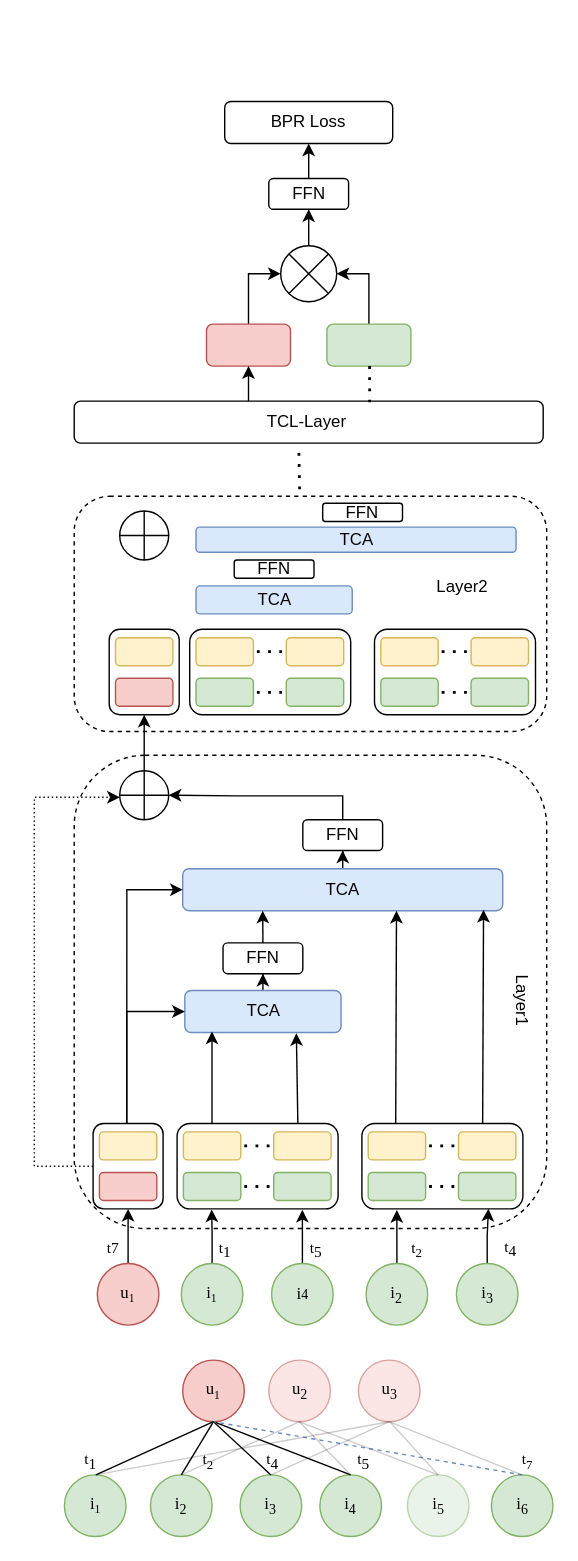
Before: MyGNN.drawio in ZYNsama666/BackUp, a draw.io diagram. Source tidied: cells renumbered, new cells numbered last; positions are measured from the earlier drawing's top-left corner, leaving out a move shared by most shapes. Both pictures are drawn from the tidied source at 140%, with x=0, y=0 at pixel (34, 101).
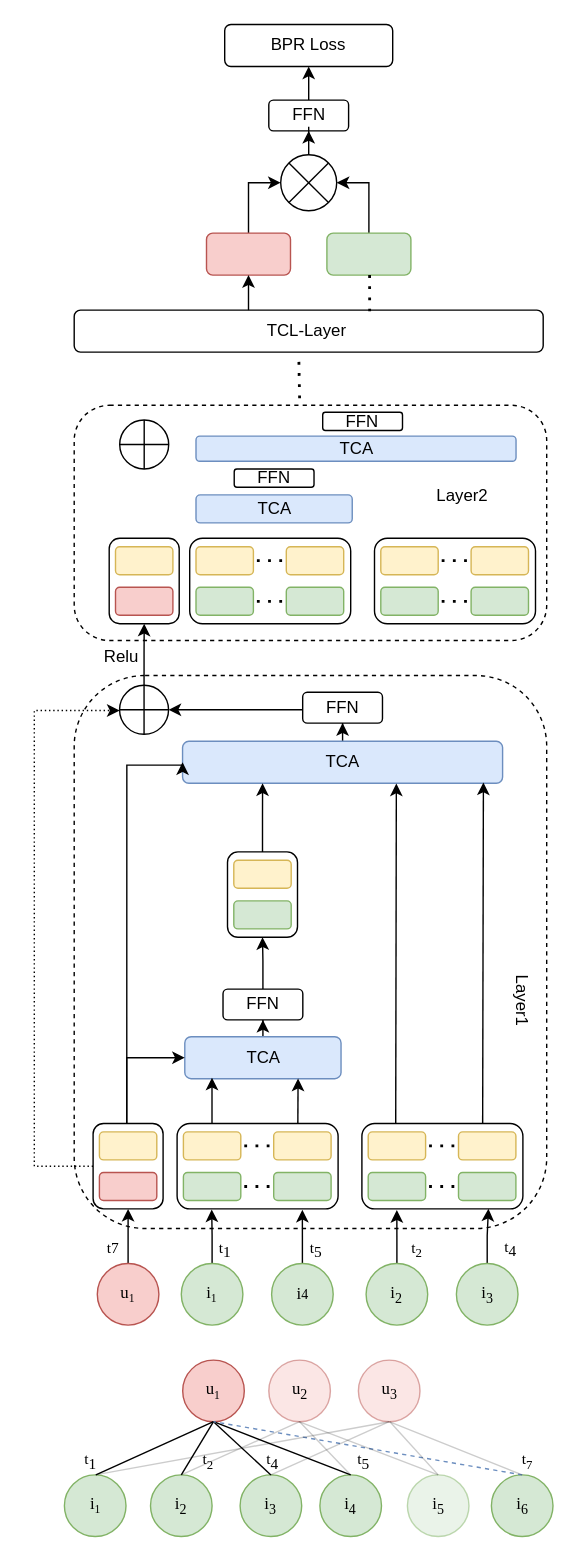
The same page after the edit.

The change refers to these unchanged cells:
```xml
<mxCell id="24" style="rounded=1;whiteSpace=wrap;html=1;" parent="1" vertex="1">
  <mxGeometry x="42" y="730" width="50" height="61" as="geometry" />
</mxCell>
<mxCell id="28" style="rounded=1;whiteSpace=wrap;html=1;" parent="1" vertex="1">
  <mxGeometry x="102" y="730" width="115" height="61" as="geometry" />
</mxCell>
```

The edit, as a diff of the source:
```diff
@@
     <mxCell id="2" value="BPR Loss" style="rounded=1;whiteSpace=wrap;html=1;" parent="1" vertex="1">
-      <mxGeometry x="136" width="120" height="30" as="geometry" />
+      <mxGeometry x="136" y="-55" width="120" height="30" as="geometry" />
     </mxCell>
@@
     <mxCell id="4" style="rounded=1;whiteSpace=wrap;html=1;fillColor=#f8cecc;strokeColor=#b85450;" parent="1" vertex="1">
-      <mxGeometry x="123" y="159" width="60" height="30" as="geometry" />
+      <mxGeometry x="123" y="94" width="60" height="30" as="geometry" />
     </mxCell>
@@
     <mxCell id="6" style="rounded=1;whiteSpace=wrap;html=1;fillColor=#d5e8d4;strokeColor=#82b366;" parent="1" vertex="1">
-      <mxGeometry x="209" y="159" width="60" height="30" as="geometry" />
+      <mxGeometry x="209" y="94" width="60" height="30" as="geometry" />
     </mxCell>
@@
     <mxCell id="8" value="FFN" style="rounded=1;whiteSpace=wrap;html=1;" parent="1" vertex="1">
-      <mxGeometry x="167.5" y="55" width="57" height="22" as="geometry" />
+      <mxGeometry x="167.5" y="-1" width="57" height="22" as="geometry" />
     </mxCell>
@@
     <mxCell id="10" style="ellipse;whiteSpace=wrap;html=1;" parent="1" vertex="1">
-      <mxGeometry x="176" y="103" width="40" height="40" as="geometry" />
+      <mxGeometry x="176" y="38" width="40" height="40" as="geometry" />
     </mxCell>
@@
     <mxCell id="13" value="TCL-Layer&amp;nbsp;" style="rounded=1;whiteSpace=wrap;html=1;" parent="1" vertex="1">
-      <mxGeometry x="28.5" y="214" width="335" height="30" as="geometry" />
+      <mxGeometry x="28.5" y="149" width="335" height="30" as="geometry" />
     </mxCell>
     <mxCell id="14" style="endArrow=classic;html=1;rounded=0;entryX=0.5;entryY=1;entryDx=0;entryDy=0;" parent="1" edge="1" target="4">
       <mxGeometry relative="1" as="geometry">
-        <mxPoint x="153" y="214" as="sourcePoint" />
+        <mxPoint x="153" y="149" as="sourcePoint" />
       </mxGeometry>
     </mxCell>
     <mxCell id="15" style="endArrow=none;dashed=1;html=1;dashPattern=1 3;strokeWidth=2;rounded=0;entryX=0.63;entryY=0.026;entryDx=0;entryDy=0;entryPerimeter=0;" parent="1" edge="1" target="13">
       <mxGeometry relative="1" as="geometry">
-        <mxPoint x="239.5" y="189" as="sourcePoint" />
+        <mxPoint x="239.5" y="124" as="sourcePoint" />
       </mxGeometry>
     </mxCell>
     <mxCell id="16" style="rounded=1;whiteSpace=wrap;html=1;dashed=1;" parent="1" vertex="1">
-      <mxGeometry x="28.5" y="282" width="337.5" height="168" as="geometry" />
+      <mxGeometry x="28.5" y="217" width="337.5" height="168" as="geometry" />
     </mxCell>
     <mxCell id="17" style="rounded=1;whiteSpace=wrap;html=1;dashed=1;" parent="1" vertex="1">
-      <mxGeometry x="28.5" y="467" width="337.5" height="338" as="geometry" />
+      <mxGeometry x="28.5" y="410" width="337.5" height="395" as="geometry" />
     </mxCell>
@@
     <mxCell id="19" value="TCA" style="rounded=1;whiteSpace=wrap;html=1;fillColor=#dae8fc;strokeColor=#6c8ebf;" parent="1" vertex="1">
-      <mxGeometry x="106" y="548" width="228.6" height="30" as="geometry" />
+      <mxGeometry x="105.9" y="457" width="228.6" height="30" as="geometry" />
     </mxCell>
@@
     <mxCell id="21" value="TCA" style="rounded=1;whiteSpace=wrap;html=1;fillColor=#dae8fc;strokeColor=#6c8ebf;" parent="1" vertex="1">
-      <mxGeometry x="107.5" y="635" width="111.6" height="30" as="geometry" />
+      <mxGeometry x="107.5" y="668" width="111.6" height="30" as="geometry" />
     </mxCell>
     <mxCell id="22" style="edgeStyle=orthogonalEdgeStyle;rounded=0;jettySize=auto;html=1;entryX=0;entryY=0.5;entryDx=0;entryDy=0;" parent="1" edge="1" source="24" target="21">
       <mxGeometry relative="1" as="geometry">
         <Array as="points">
-          <mxPoint x="66" y="650" />
+          <mxPoint x="66" y="683" />
         </Array>
       </mxGeometry>
     </mxCell>
     <mxCell id="23" style="edgeStyle=orthogonalEdgeStyle;rounded=0;jettySize=auto;html=1;dashed=1;dashPattern=1 2;" parent="1" edge="1" source="24" target="51">
       <mxGeometry relative="1" as="geometry">
         <Array as="points">
-          <mxPoint y="761" />
-          <mxPoint y="497" />
+          <mxPoint y="760" />
+          <mxPoint y="435" />
         </Array>
       </mxGeometry>
     </mxCell>
@@
     <mxCell id="26" style="edgeStyle=orthogonalEdgeStyle;rounded=0;jettySize=auto;html=1;entryX=0;entryY=0.5;entryDx=0;entryDy=0;exitX=0.481;exitY=0.006;exitDx=0;exitDy=0;exitPerimeter=0;" parent="1" edge="1" source="24" target="19">
       <mxGeometry relative="1" as="geometry">
         <Array as="points">
-          <mxPoint x="66" y="563" />
+          <mxPoint x="66" y="474" />
+          <mxPoint x="106" y="474" />
         </Array>
       </mxGeometry>
     </mxCell>
@@
+    <mxCell id="122" style="edgeStyle=orthogonalEdgeStyle;rounded=0;jettySize=auto;html=1;entryX=0.5;entryY=1;entryDx=0;entryDy=0;" parent="1" edge="1" source="44" target="124">
+      <mxGeometry relative="1" as="geometry" />
+    </mxCell>
     <mxCell id="44" value="FFN" style="rounded=1;whiteSpace=wrap;html=1;" parent="1" vertex="1">
-      <mxGeometry x="134.8" y="601" width="57" height="22" as="geometry" />
+      <mxGeometry x="134.8" y="634" width="57" height="22" as="geometry" />
     </mxCell>
-    <mxCell id="45" style="endArrow=classic;html=1;rounded=0;exitX=0.5;exitY=0;exitDx=0;exitDy=0;entryX=0.25;entryY=1;entryDx=0;entryDy=0;" parent="1" edge="1" source="44" target="19">
-      <mxGeometry relative="1" as="geometry" />
-    </mxCell>
@@
-    <mxCell id="47" style="endArrow=classic;html=1;rounded=0;exitX=0.75;exitY=0;exitDx=0;exitDy=0;entryX=0.714;entryY=1.017;entryDx=0;entryDy=0;entryPerimeter=0;" parent="1" edge="1" source="28" target="21">
+    <mxCell id="47" style="endArrow=classic;html=1;rounded=0;exitX=0.75;exitY=0;exitDx=0;exitDy=0;entryX=0.725;entryY=0.998;entryDx=0;entryDy=0;entryPerimeter=0;" parent="1" edge="1" source="28" target="21">
       <mxGeometry relative="1" as="geometry" />
     </mxCell>
     <mxCell id="48" style="edgeStyle=orthogonalEdgeStyle;rounded=0;jettySize=auto;html=1;entryX=1;entryY=0.5;entryDx=0;entryDy=0;" parent="1" edge="1" source="49" target="51">
       <mxGeometry relative="1" as="geometry">
         <Array as="points">
-          <mxPoint x="220" y="496" />
-          <mxPoint x="144" y="496" />
+          <mxPoint x="219.9" y="435" />
+          <mxPoint x="143.9" y="435" />
         </Array>
       </mxGeometry>
     </mxCell>
     <mxCell id="49" value="FFN" style="rounded=1;whiteSpace=wrap;html=1;" parent="1" vertex="1">
-      <mxGeometry x="191.8" y="513" width="57" height="22" as="geometry" />
+      <mxGeometry x="191.7" y="422" width="57" height="22" as="geometry" />
     </mxCell>
@@
     <mxCell id="51" style="ellipse;whiteSpace=wrap;html=1;" parent="1" vertex="1">
-      <mxGeometry x="61" y="478" width="35" height="35" as="geometry" />
+      <mxGeometry x="60.9" y="417" width="35" height="35" as="geometry" />
     </mxCell>
@@
     <mxCell id="54" style="rounded=1;whiteSpace=wrap;html=1;" parent="1" vertex="1">
-      <mxGeometry x="53.5" y="377" width="50" height="61" as="geometry" />
+      <mxGeometry x="53.5" y="312" width="50" height="61" as="geometry" />
     </mxCell>
     <mxCell id="55" style="rounded=1;whiteSpace=wrap;html=1;fillColor=#f8cecc;strokeColor=#b85450;" parent="1" vertex="1">
-      <mxGeometry x="58" y="412" width="41" height="20" as="geometry" />
+      <mxGeometry x="58" y="347" width="41" height="20" as="geometry" />
     </mxCell>
     <mxCell id="56" style="rounded=1;whiteSpace=wrap;html=1;fillColor=#fff2cc;strokeColor=#d6b656;" parent="1" vertex="1">
-      <mxGeometry x="58" y="383" width="41" height="20" as="geometry" />
+      <mxGeometry x="58" y="318" width="41" height="20" as="geometry" />
     </mxCell>
@@
     <mxCell id="58" value="Layer2" style="text;html=1;strokeColor=none;fillColor=none;align=center;verticalAlign=middle;whiteSpace=wrap;rounded=0;" parent="1" vertex="1">
-      <mxGeometry x="275.5" y="332" width="60" height="30" as="geometry" />
+      <mxGeometry x="275.5" y="267" width="60" height="30" as="geometry" />
     </mxCell>
     <mxCell id="59" style="endArrow=none;dashed=1;html=1;dashPattern=1 3;strokeWidth=2;rounded=0;entryX=0.63;entryY=0.026;entryDx=0;entryDy=0;entryPerimeter=0;" parent="1" edge="1">
       <mxGeometry relative="1" as="geometry">
-        <mxPoint x="189" y="251" as="sourcePoint" />
-        <mxPoint x="189.5" y="277" as="targetPoint" />
+        <mxPoint x="189" y="186" as="sourcePoint" />
+        <mxPoint x="189.5" y="212" as="targetPoint" />
       </mxGeometry>
     </mxCell>
@@
     <mxCell id="101" style="rounded=1;whiteSpace=wrap;html=1;" parent="1" vertex="1">
-      <mxGeometry x="111" y="377" width="115" height="61" as="geometry" />
+      <mxGeometry x="111" y="312" width="115" height="61" as="geometry" />
     </mxCell>
     <mxCell id="102" style="rounded=1;whiteSpace=wrap;html=1;fillColor=#d5e8d4;strokeColor=#82b366;" parent="1" vertex="1">
-      <mxGeometry x="115.5" y="412" width="41" height="20" as="geometry" />
+      <mxGeometry x="115.5" y="347" width="41" height="20" as="geometry" />
     </mxCell>
     <mxCell id="103" style="rounded=1;whiteSpace=wrap;html=1;fillColor=#fff2cc;strokeColor=#d6b656;" parent="1" vertex="1">
-      <mxGeometry x="115.5" y="383" width="41" height="20" as="geometry" />
+      <mxGeometry x="115.5" y="318" width="41" height="20" as="geometry" />
     </mxCell>
     <mxCell id="104" style="rounded=1;whiteSpace=wrap;html=1;fillColor=#fff2cc;strokeColor=#d6b656;" parent="1" vertex="1">
-      <mxGeometry x="180" y="383" width="41" height="20" as="geometry" />
+      <mxGeometry x="180" y="318" width="41" height="20" as="geometry" />
     </mxCell>
     <mxCell id="105" style="rounded=1;whiteSpace=wrap;html=1;fillColor=#d5e8d4;strokeColor=#82b366;" parent="1" vertex="1">
-      <mxGeometry x="180" y="412" width="41" height="20" as="geometry" />
+      <mxGeometry x="180" y="347" width="41" height="20" as="geometry" />
     </mxCell>
     <mxCell id="106" style="endArrow=none;dashed=1;html=1;dashPattern=1 3;strokeWidth=2;rounded=0;entryX=1;entryY=0.5;entryDx=0;entryDy=0;exitX=0;exitY=0.5;exitDx=0;exitDy=0;" parent="1" edge="1">
       <mxGeometry relative="1" as="geometry">
-        <mxPoint x="177" y="422" as="sourcePoint" />
-        <mxPoint x="153.5" y="422" as="targetPoint" />
+        <mxPoint x="177" y="357" as="sourcePoint" />
+        <mxPoint x="153.5" y="357" as="targetPoint" />
       </mxGeometry>
     </mxCell>
     <mxCell id="107" style="endArrow=none;dashed=1;html=1;dashPattern=1 3;strokeWidth=2;rounded=0;entryX=1;entryY=0.5;entryDx=0;entryDy=0;" parent="1" edge="1">
       <mxGeometry relative="1" as="geometry">
-        <mxPoint x="177" y="393" as="sourcePoint" />
-        <mxPoint x="153.5" y="393" as="targetPoint" />
+        <mxPoint x="177" y="328" as="sourcePoint" />
+        <mxPoint x="153.5" y="328" as="targetPoint" />
       </mxGeometry>
     </mxCell>
     <mxCell id="108" style="rounded=1;whiteSpace=wrap;html=1;" parent="1" vertex="1">
-      <mxGeometry x="243" y="377" width="115" height="61" as="geometry" />
+      <mxGeometry x="243" y="312" width="115" height="61" as="geometry" />
     </mxCell>
     <mxCell id="109" style="rounded=1;whiteSpace=wrap;html=1;fillColor=#d5e8d4;strokeColor=#82b366;" parent="1" vertex="1">
-      <mxGeometry x="247.5" y="412" width="41" height="20" as="geometry" />
+      <mxGeometry x="247.5" y="347" width="41" height="20" as="geometry" />
     </mxCell>
     <mxCell id="110" style="rounded=1;whiteSpace=wrap;html=1;fillColor=#fff2cc;strokeColor=#d6b656;" parent="1" vertex="1">
-      <mxGeometry x="247.5" y="383" width="41" height="20" as="geometry" />
+      <mxGeometry x="247.5" y="318" width="41" height="20" as="geometry" />
     </mxCell>
     <mxCell id="111" style="rounded=1;whiteSpace=wrap;html=1;fillColor=#fff2cc;strokeColor=#d6b656;" parent="1" vertex="1">
-      <mxGeometry x="312" y="383" width="41" height="20" as="geometry" />
+      <mxGeometry x="312" y="318" width="41" height="20" as="geometry" />
     </mxCell>
     <mxCell id="112" style="rounded=1;whiteSpace=wrap;html=1;fillColor=#d5e8d4;strokeColor=#82b366;" parent="1" vertex="1">
-      <mxGeometry x="312" y="412" width="41" height="20" as="geometry" />
+      <mxGeometry x="312" y="347" width="41" height="20" as="geometry" />
     </mxCell>
     <mxCell id="113" style="endArrow=none;dashed=1;html=1;dashPattern=1 3;strokeWidth=2;rounded=0;entryX=1;entryY=0.5;entryDx=0;entryDy=0;exitX=0;exitY=0.5;exitDx=0;exitDy=0;" parent="1" edge="1">
       <mxGeometry relative="1" as="geometry">
-        <mxPoint x="309" y="422" as="sourcePoint" />
-        <mxPoint x="285.5" y="422" as="targetPoint" />
+        <mxPoint x="309" y="357" as="sourcePoint" />
+        <mxPoint x="285.5" y="357" as="targetPoint" />
       </mxGeometry>
     </mxCell>
     <mxCell id="114" style="endArrow=none;dashed=1;html=1;dashPattern=1 3;strokeWidth=2;rounded=0;entryX=1;entryY=0.5;entryDx=0;entryDy=0;" parent="1" edge="1">
       <mxGeometry relative="1" as="geometry">
-        <mxPoint x="309" y="393" as="sourcePoint" />
-        <mxPoint x="285.5" y="393" as="targetPoint" />
+        <mxPoint x="309" y="328" as="sourcePoint" />
+        <mxPoint x="285.5" y="328" as="targetPoint" />
       </mxGeometry>
     </mxCell>
     <mxCell id="115" value="TCA" style="rounded=1;whiteSpace=wrap;html=1;fillColor=#dae8fc;strokeColor=#6c8ebf;" parent="1" vertex="1">
-      <mxGeometry x="115.5" y="304" width="228.6" height="18" as="geometry" />
+      <mxGeometry x="115.5" y="239" width="228.6" height="18" as="geometry" />
     </mxCell>
     <mxCell id="116" value="TCA" style="rounded=1;whiteSpace=wrap;html=1;fillColor=#dae8fc;strokeColor=#6c8ebf;" parent="1" vertex="1">
-      <mxGeometry x="115.5" y="346" width="111.6" height="20" as="geometry" />
+      <mxGeometry x="115.5" y="281" width="111.6" height="20" as="geometry" />
     </mxCell>
     <mxCell id="117" style="ellipse;whiteSpace=wrap;html=1;" parent="1" vertex="1">
-      <mxGeometry x="61" y="292.5" width="35" height="35" as="geometry" />
+      <mxGeometry x="61" y="227.5" width="35" height="35" as="geometry" />
     </mxCell>
@@
     <mxCell id="120" value="FFN" style="rounded=1;whiteSpace=wrap;html=1;" parent="1" vertex="1">
-      <mxGeometry x="206" y="287" width="57" height="13" as="geometry" />
+      <mxGeometry x="206" y="222" width="57" height="13" as="geometry" />
     </mxCell>
     <mxCell id="121" value="FFN" style="rounded=1;whiteSpace=wrap;html=1;" parent="1" vertex="1">
-      <mxGeometry x="142.8" y="327.5" width="57" height="13" as="geometry" />
+      <mxGeometry x="142.8" y="262.5" width="57" height="13" as="geometry" />
     </mxCell>
+    <mxCell id="123" style="edgeStyle=orthogonalEdgeStyle;rounded=0;jettySize=auto;html=1;entryX=0.25;entryY=1;entryDx=0;entryDy=0;" parent="1" edge="1" source="124" target="19">
+      <mxGeometry relative="1" as="geometry" />
+    </mxCell>
+    <mxCell id="124" style="rounded=1;whiteSpace=wrap;html=1;" parent="1" vertex="1">
+      <mxGeometry x="138" y="536" width="50" height="61" as="geometry" />
+    </mxCell>
+    <mxCell id="125" style="rounded=1;whiteSpace=wrap;html=1;fillColor=#d5e8d4;strokeColor=#82b366;" parent="1" vertex="1">
+      <mxGeometry x="142.5" y="571" width="41" height="20" as="geometry" />
+    </mxCell>
+    <mxCell id="126" style="rounded=1;whiteSpace=wrap;html=1;fillColor=#fff2cc;strokeColor=#d6b656;" parent="1" vertex="1">
+      <mxGeometry x="142.5" y="542" width="41" height="20" as="geometry" />
+    </mxCell>
+    <mxCell id="127" value="Relu" style="text;html=1;align=center;verticalAlign=middle;strokeColor=none;fillColor=none;" parent="1" vertex="1">
+      <mxGeometry x="40" y="384" width="43" height="26" as="geometry" />
+    </mxCell>
```
